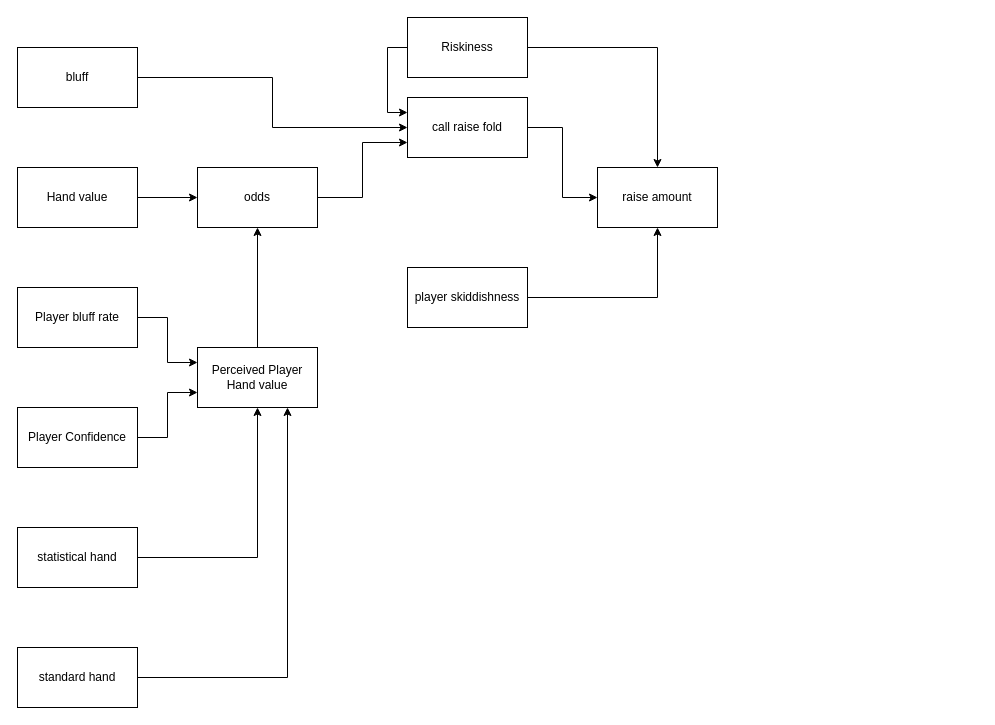
gojGAMES/PokerBot keeps this draw.io diagram as Assets/Diagrams/NeuralNet.drawio. Above is the earlier version. Source tidied: cells renumbered, new cells numbered last; positions are measured from the earlier drawing's top-left corner, leaving out a move shared by most shapes. Both pictures are drawn from the tidied source at 100%, with x=0, y=0 at pixel (17, 17).
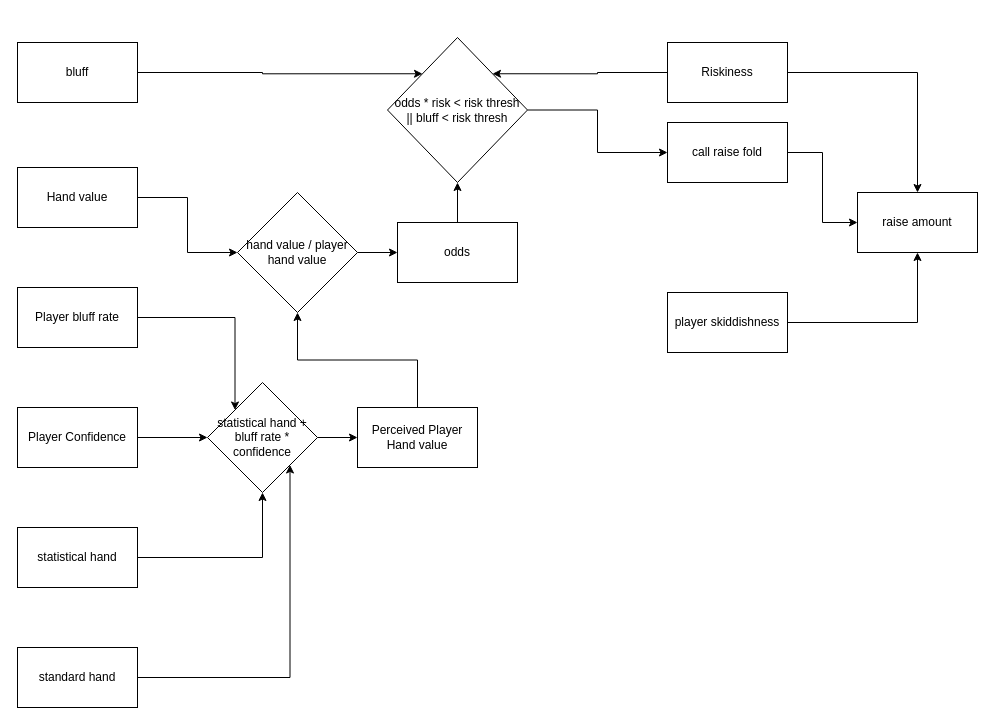
After the change.

Unchanged cells that the change refers to:
```xml
<mxCell id="3" value="Hand value" style="rounded=0;whiteSpace=wrap;html=1;" parent="1" vertex="1">
  <mxGeometry y="150" width="120" height="60" as="geometry" />
</mxCell>
<mxCell id="10" value="Player bluff rate" style="rounded=0;whiteSpace=wrap;html=1;" parent="1" vertex="1">
  <mxGeometry y="270" width="120" height="60" as="geometry" />
</mxCell>
<mxCell id="12" value="Player Confidence" style="rounded=0;whiteSpace=wrap;html=1;" parent="1" vertex="1">
  <mxGeometry y="390" width="120" height="60" as="geometry" />
</mxCell>
<mxCell id="21" value="statistical hand" style="rounded=0;whiteSpace=wrap;html=1;" parent="1" vertex="1">
  <mxGeometry y="510" width="120" height="60" as="geometry" />
</mxCell>
<mxCell id="23" value="standard hand" style="rounded=0;whiteSpace=wrap;html=1;" parent="1" vertex="1">
  <mxGeometry y="630" width="120" height="60" as="geometry" />
</mxCell>
```

What changed in the source:
```diff
@@
-    <mxCell id="2" style="edgeStyle=orthogonalEdgeStyle;rounded=0;jettySize=auto;html=1;entryX=0;entryY=0.5;entryDx=0;entryDy=0;" parent="1" edge="1" source="3" target="18">
+    <mxCell id="2" style="edgeStyle=orthogonalEdgeStyle;rounded=0;jettySize=auto;html=1;entryX=0;entryY=0.5;entryDx=0;entryDy=0;" parent="1" edge="1" source="3" target="29">
       <mxGeometry relative="1" as="geometry" />
     </mxCell>
@@
-    <mxCell id="4" style="edgeStyle=orthogonalEdgeStyle;rounded=0;jettySize=auto;html=1;entryX=0;entryY=0.25;entryDx=0;entryDy=0;exitX=0;exitY=0.5;exitDx=0;exitDy=0;" parent="1" edge="1" source="6" target="14">
+    <mxCell id="4" style="edgeStyle=orthogonalEdgeStyle;rounded=0;jettySize=auto;html=1;entryX=1;entryY=0;entryDx=0;entryDy=0;exitX=0;exitY=0.5;exitDx=0;exitDy=0;" parent="1" edge="1" source="6" target="31">
       <mxGeometry relative="1" as="geometry" />
     </mxCell>
@@
     <mxCell id="6" value="Riskiness" style="rounded=0;whiteSpace=wrap;html=1;" parent="1" vertex="1">
-      <mxGeometry x="390" width="120" height="60" as="geometry" />
+      <mxGeometry x="650" y="25" width="120" height="60" as="geometry" />
     </mxCell>
-    <mxCell id="7" style="edgeStyle=orthogonalEdgeStyle;rounded=0;jettySize=auto;html=1;entryX=0.5;entryY=1;entryDx=0;entryDy=0;" parent="1" edge="1" source="8" target="18">
+    <mxCell id="7" style="edgeStyle=orthogonalEdgeStyle;rounded=0;jettySize=auto;html=1;entryX=0.5;entryY=1;entryDx=0;entryDy=0;" parent="1" edge="1" source="8" target="29">
       <mxGeometry relative="1" as="geometry" />
     </mxCell>
     <mxCell id="8" value="Perceived Player Hand value" style="rounded=0;whiteSpace=wrap;html=1;" parent="1" vertex="1">
-      <mxGeometry x="180" y="330" width="120" height="60" as="geometry" />
+      <mxGeometry x="340" y="390" width="120" height="60" as="geometry" />
     </mxCell>
-    <mxCell id="9" style="edgeStyle=orthogonalEdgeStyle;rounded=0;jettySize=auto;html=1;entryX=0;entryY=0.25;entryDx=0;entryDy=0;" parent="1" edge="1" source="10" target="8">
+    <mxCell id="9" style="edgeStyle=orthogonalEdgeStyle;rounded=0;jettySize=auto;html=1;entryX=0;entryY=0;entryDx=0;entryDy=0;" parent="1" edge="1" source="10" target="27">
       <mxGeometry relative="1" as="geometry" />
     </mxCell>
@@
-    <mxCell id="11" style="edgeStyle=orthogonalEdgeStyle;rounded=0;jettySize=auto;html=1;entryX=0;entryY=0.75;entryDx=0;entryDy=0;" parent="1" edge="1" source="12" target="8">
+    <mxCell id="11" style="edgeStyle=orthogonalEdgeStyle;rounded=0;jettySize=auto;html=1;entryX=0;entryY=0.5;entryDx=0;entryDy=0;" parent="1" edge="1" source="12" target="27">
       <mxGeometry relative="1" as="geometry" />
     </mxCell>
@@
     <mxCell id="14" value="call raise fold" style="rounded=0;whiteSpace=wrap;html=1;" parent="1" vertex="1">
-      <mxGeometry x="390" y="80" width="120" height="60" as="geometry" />
+      <mxGeometry x="650" y="105" width="120" height="60" as="geometry" />
     </mxCell>
@@
     <mxCell id="16" value="player skiddishness" style="rounded=0;whiteSpace=wrap;html=1;" parent="1" vertex="1">
-      <mxGeometry x="390" y="250" width="120" height="60" as="geometry" />
+      <mxGeometry x="650" y="275" width="120" height="60" as="geometry" />
     </mxCell>
-    <mxCell id="17" style="edgeStyle=orthogonalEdgeStyle;rounded=0;jettySize=auto;html=1;entryX=0;entryY=0.75;entryDx=0;entryDy=0;" parent="1" edge="1" source="18" target="14">
+    <mxCell id="17" style="edgeStyle=orthogonalEdgeStyle;rounded=0;jettySize=auto;html=1;entryX=0.5;entryY=1;entryDx=0;entryDy=0;" parent="1" edge="1" source="18" target="31">
       <mxGeometry relative="1" as="geometry" />
     </mxCell>
     <mxCell id="18" value="odds" style="rounded=0;whiteSpace=wrap;html=1;" parent="1" vertex="1">
-      <mxGeometry x="180" y="150" width="120" height="60" as="geometry" />
+      <mxGeometry x="380" y="205" width="120" height="60" as="geometry" />
     </mxCell>
     <mxCell id="19" value="raise amount" style="rounded=0;whiteSpace=wrap;html=1;" parent="1" vertex="1">
-      <mxGeometry x="580" y="150" width="120" height="60" as="geometry" />
+      <mxGeometry x="840" y="175" width="120" height="60" as="geometry" />
     </mxCell>
-    <mxCell id="20" style="edgeStyle=orthogonalEdgeStyle;rounded=0;jettySize=auto;html=1;entryX=0.5;entryY=1;entryDx=0;entryDy=0;" parent="1" edge="1" source="21" target="8">
+    <mxCell id="20" style="edgeStyle=orthogonalEdgeStyle;rounded=0;jettySize=auto;html=1;entryX=0.5;entryY=1;entryDx=0;entryDy=0;" parent="1" edge="1" source="21" target="27">
       <mxGeometry relative="1" as="geometry" />
     </mxCell>
@@
-    <mxCell id="22" style="edgeStyle=orthogonalEdgeStyle;rounded=0;jettySize=auto;html=1;exitX=1;exitY=0.5;exitDx=0;exitDy=0;entryX=0.75;entryY=1;entryDx=0;entryDy=0;" parent="1" edge="1" source="23" target="8">
+    <mxCell id="22" style="edgeStyle=orthogonalEdgeStyle;rounded=0;jettySize=auto;html=1;exitX=1;exitY=0.5;exitDx=0;exitDy=0;entryX=1;entryY=1;entryDx=0;entryDy=0;" parent="1" edge="1" source="23" target="27">
       <mxGeometry relative="1" as="geometry" />
     </mxCell>
@@
-    <mxCell id="24" style="edgeStyle=orthogonalEdgeStyle;rounded=0;jettySize=auto;html=1;exitX=1;exitY=0.5;exitDx=0;exitDy=0;entryX=0;entryY=0.5;entryDx=0;entryDy=0;" parent="1" edge="1" source="25" target="14">
+    <mxCell id="24" style="edgeStyle=orthogonalEdgeStyle;rounded=0;jettySize=auto;html=1;exitX=1;exitY=0.5;exitDx=0;exitDy=0;entryX=0;entryY=0;entryDx=0;entryDy=0;" parent="1" edge="1" source="25" target="31">
       <mxGeometry relative="1" as="geometry" />
     </mxCell>
     <mxCell id="25" value="bluff" style="rounded=0;whiteSpace=wrap;html=1;" parent="1" vertex="1">
-      <mxGeometry y="30" width="120" height="60" as="geometry" />
+      <mxGeometry y="25" width="120" height="60" as="geometry" />
     </mxCell>
+    <mxCell id="26" style="edgeStyle=orthogonalEdgeStyle;rounded=0;jettySize=auto;html=1;exitX=1;exitY=0.5;exitDx=0;exitDy=0;entryX=0;entryY=0.5;entryDx=0;entryDy=0;" parent="1" edge="1" source="27" target="8">
+      <mxGeometry relative="1" as="geometry" />
+    </mxCell>
+    <mxCell id="27" value="statistical hand + bluff rate * confidence" style="rhombus;whiteSpace=wrap;html=1;" parent="1" vertex="1">
+      <mxGeometry x="190" y="365" width="110" height="110" as="geometry" />
+    </mxCell>
+    <mxCell id="28" style="edgeStyle=orthogonalEdgeStyle;rounded=0;jettySize=auto;html=1;exitX=1;exitY=0.5;exitDx=0;exitDy=0;entryX=0;entryY=0.5;entryDx=0;entryDy=0;" parent="1" edge="1" source="29" target="18">
+      <mxGeometry relative="1" as="geometry" />
+    </mxCell>
+    <mxCell id="29" value="hand value / player hand value" style="rhombus;whiteSpace=wrap;html=1;" parent="1" vertex="1">
+      <mxGeometry x="220" y="175" width="120" height="120" as="geometry" />
+    </mxCell>
+    <mxCell id="30" style="edgeStyle=orthogonalEdgeStyle;rounded=0;jettySize=auto;html=1;exitX=1;exitY=0.5;exitDx=0;exitDy=0;entryX=0;entryY=0.5;entryDx=0;entryDy=0;" parent="1" edge="1" source="31" target="14">
+      <mxGeometry relative="1" as="geometry" />
+    </mxCell>
+    <mxCell id="31" value="odds * risk &amp;lt; risk thresh&lt;div&gt;|| bluff &amp;lt; risk thresh&lt;/div&gt;" style="rhombus;whiteSpace=wrap;html=1;" parent="1" vertex="1">
+      <mxGeometry x="370" y="20" width="140" height="145" as="geometry" />
+    </mxCell>
```
